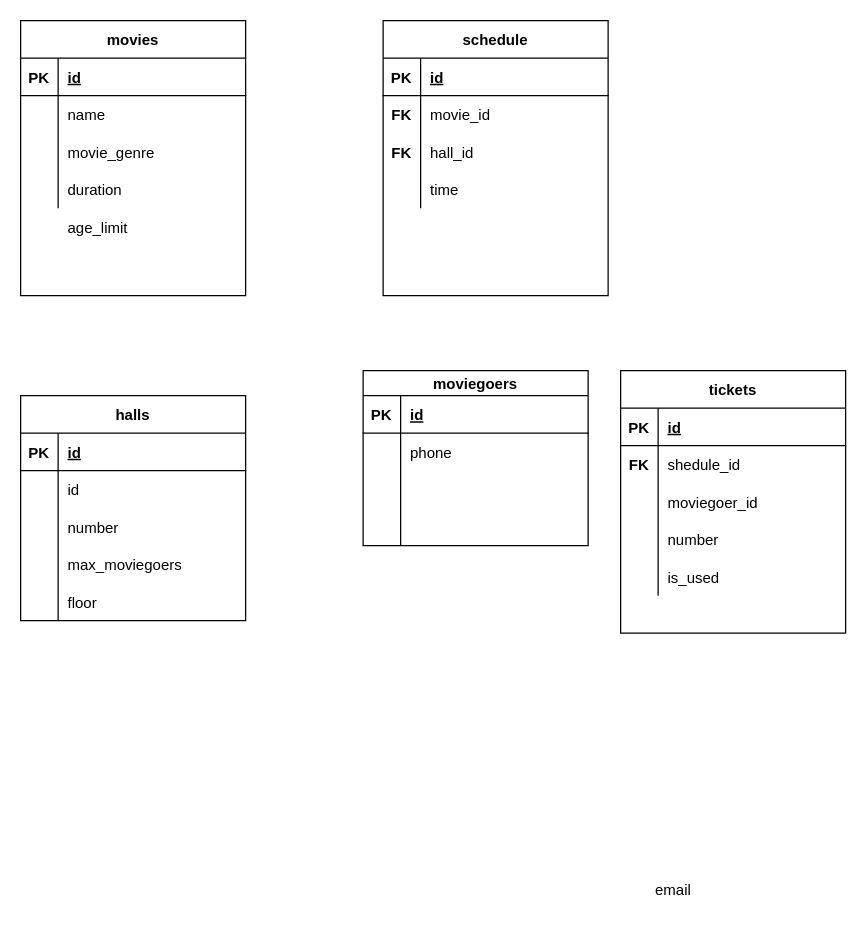
Above: otus_db_design.drawio in otusteamedu/PHP (draw.io), before the change. Source tidied: cells renumbered, new cells numbered last; positions are measured from the earlier drawing's top-left corner, leaving out a move shared by most shapes. Both pictures are drawn from the tidied source at 125%, with x=0, y=0 at pixel (20, 20).
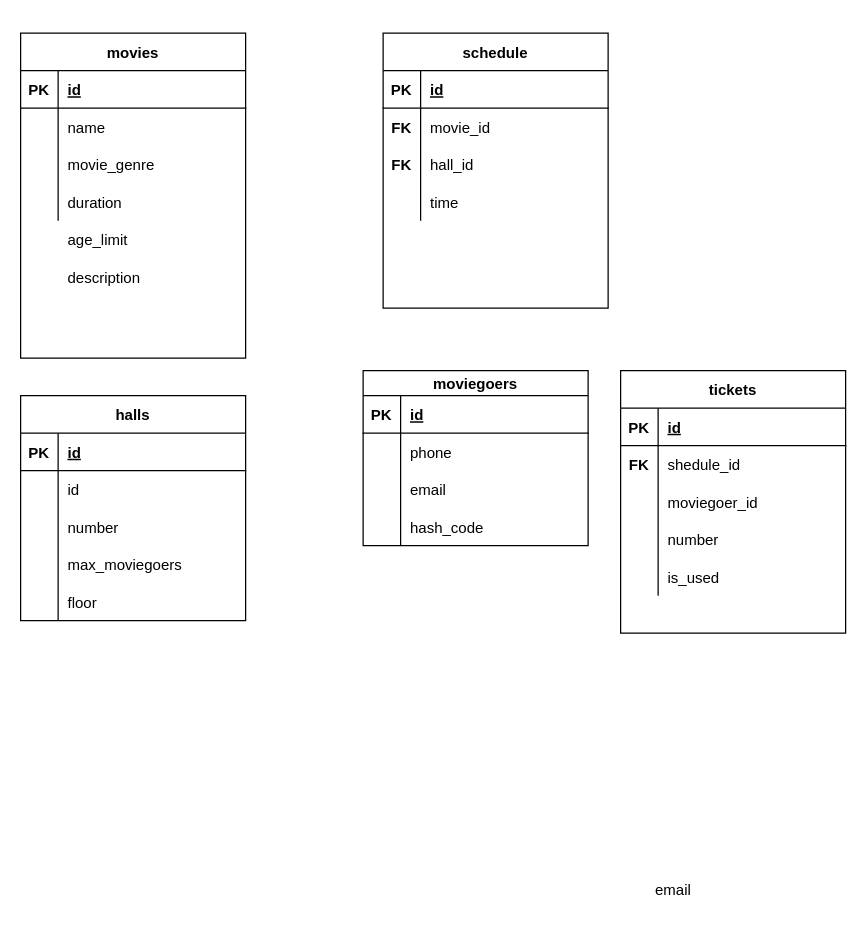
Above is the later version.

Unchanged cells that the change refers to:
```xml
<mxCell id="73" style="shape=partialRectangle;fillColor=none;top=0;left=0;bottom=0;right=0;" parent="63" vertex="1">
  <mxGeometry y="110" width="180" height="30" as="geometry" />
</mxCell>
```

What changed in the source:
```diff
@@
     <mxCell id="2" value="movies" style="shape=table;startSize=30;childLayout=tableLayout;rowLines=0;fontStyle=1;align=center;" parent="1" vertex="1">
-      <mxGeometry width="180" height="220" as="geometry" />
+      <mxGeometry y="10" width="180" height="260" as="geometry" />
     </mxCell>
@@
     <mxCell id="15" value="age_limit" style="shape=partialRectangle;fillColor=none;top=0;left=0;bottom=0;right=0;align=left;spacingLeft=6;overflow=hidden;" parent="1" vertex="1">
-      <mxGeometry x="30" y="150" width="150" height="30" as="geometry" />
+      <mxGeometry x="30" y="160" width="150" height="30" as="geometry" />
     </mxCell>
     <mxCell id="16" value="schedule" style="shape=table;startSize=30;childLayout=tableLayout;rowLines=0;fontStyle=1;align=center;" parent="1" vertex="1">
-      <mxGeometry x="290" width="180" height="220" as="geometry" />
+      <mxGeometry x="290" y="10" width="180" height="220" as="geometry" />
     </mxCell>
@@
     <mxCell id="45" value="FK" style="shape=partialRectangle;fillColor=none;top=0;left=0;bottom=0;right=0;fontStyle=1;overflow=hidden;" parent="1" vertex="1">
-      <mxGeometry x="290" y="60" width="30" height="30" as="geometry" />
+      <mxGeometry x="290" y="70" width="30" height="30" as="geometry" />
     </mxCell>
     <mxCell id="46" value="FK" style="shape=partialRectangle;fillColor=none;top=0;left=0;bottom=0;right=0;fontStyle=1;overflow=hidden;" parent="1" vertex="1">
-      <mxGeometry x="290" y="90" width="30" height="30" as="geometry" />
+      <mxGeometry x="290" y="100" width="30" height="30" as="geometry" />
     </mxCell>
@@
-    <mxCell id="75" style="shape=partialRectangle;fillColor=none;top=0;left=0;bottom=0;right=0;align=left;spacingLeft=6;overflow=hidden;" parent="73" vertex="1">
+    <mxCell id="75" value="hash_code" style="shape=partialRectangle;fillColor=none;top=0;left=0;bottom=0;right=0;align=left;spacingLeft=6;overflow=hidden;" parent="73" vertex="1">
       <mxGeometry x="30" width="150" height="30" as="geometry" />
     </mxCell>
@@
+    <mxCell id="78" value="description" style="shape=partialRectangle;fillColor=none;top=0;left=0;bottom=0;right=0;align=left;spacingLeft=6;overflow=hidden;" parent="1" vertex="1">
+      <mxGeometry x="30" y="190" width="150" height="30" as="geometry" />
+    </mxCell>
+    <mxCell id="79" value="email" style="shape=partialRectangle;fillColor=none;top=0;left=0;bottom=0;right=0;align=left;spacingLeft=6;overflow=hidden;" parent="1" vertex="1">
+      <mxGeometry x="304" y="360" width="150" height="30" as="geometry" />
+    </mxCell>
```
